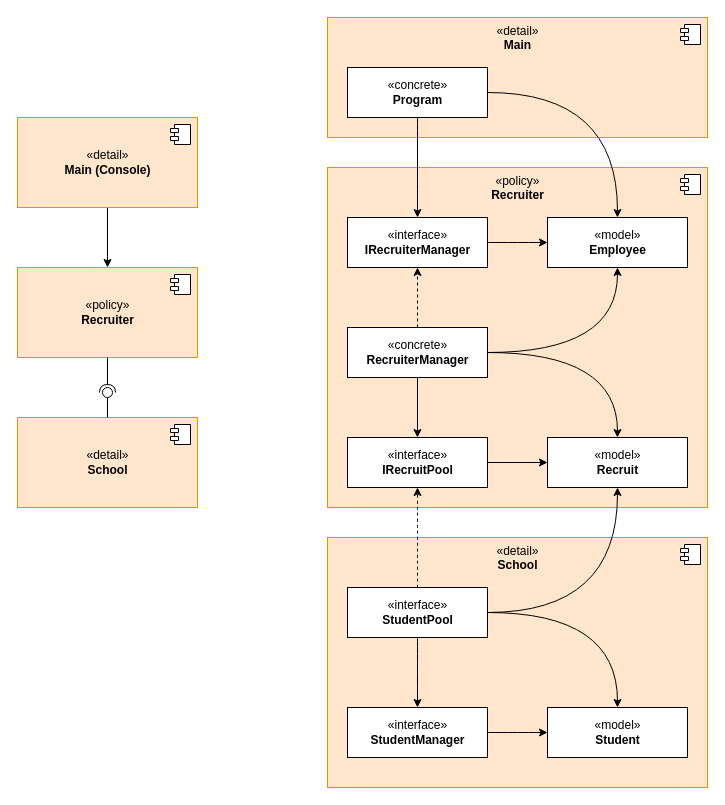
This is Design Artifacts/Demo Components.drawio from Fabricari/dependency-injection-demo, a draw.io file, before an edit. Source tidied: cells renumbered, new cells numbered last; positions are measured from the earlier drawing's top-left corner, leaving out a move shared by most shapes. Both pictures are drawn from the tidied source at 100%, with x=0, y=0 at pixel (17, 17).
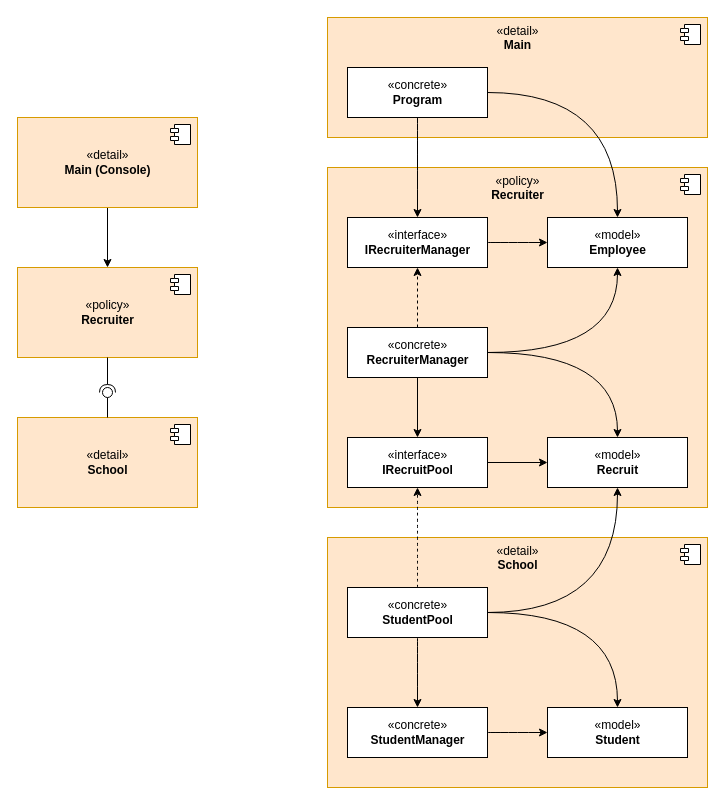
After the change.

Commit message (it also covers changes not shown here):
Correct diagram indicating concrete classes.

The change refers to these unchanged cells:
```xml
<mxCell id="27" value="«detail»&lt;br&gt;&lt;b&gt;School&lt;/b&gt;" style="html=1;fillColor=#ffe6cc;strokeColor=#d79b00;verticalAlign=top;" parent="1" vertex="1">
  <mxGeometry x="310" y="520" width="380" height="250" as="geometry" />
</mxCell>
```

Change to the diagram source:
```diff
@@
-    <mxCell id="30" value="«interface»&lt;br&gt;&lt;b&gt;StudentManager&lt;/b&gt;" style="html=1;align=center;" parent="27" vertex="1">
+    <mxCell id="30" value="«concrete»&lt;br&gt;&lt;b&gt;StudentManager&lt;/b&gt;" style="html=1;align=center;" parent="27" vertex="1">
       <mxGeometry x="20" y="170" width="140" height="50" as="geometry" />
     </mxCell>
-    <mxCell id="31" value="«interface»&lt;br&gt;&lt;b&gt;StudentPool&lt;/b&gt;" style="html=1;align=center;" parent="27" vertex="1">
+    <mxCell id="31" value="«concrete»&lt;br&gt;&lt;b&gt;StudentPool&lt;/b&gt;" style="html=1;align=center;" parent="27" vertex="1">
       <mxGeometry x="20" y="50" width="140" height="50" as="geometry" />
     </mxCell>
```
